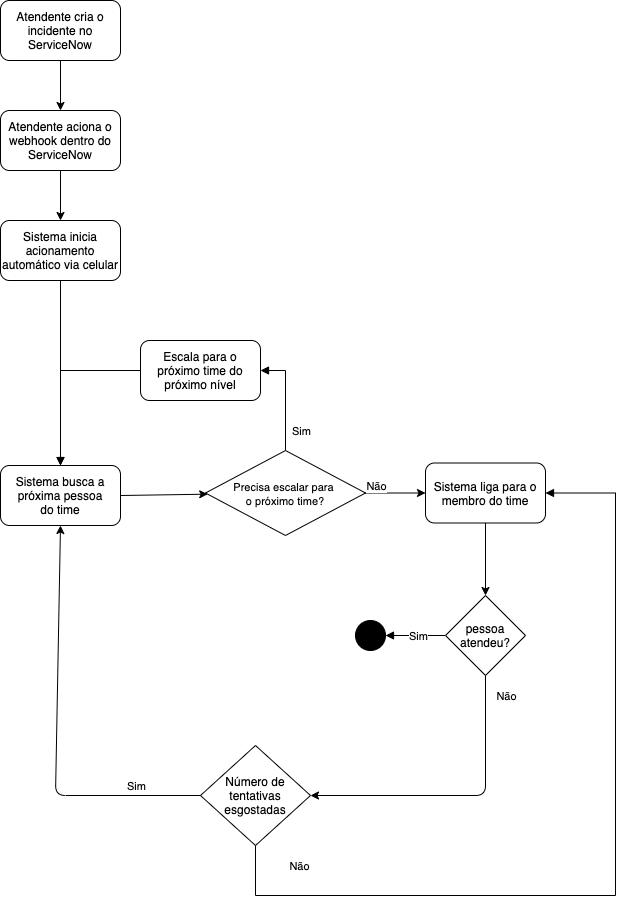
This is docs/fluxo_acionamento.png from fsnader/escalation-system, a draw.io export, as it was before one commit. Source tidied: cells renumbered, new cells last; positions are measured from the earlier drawing's top-left corner, leaving out a move shared by most shapes. The source it was exported from:
```xml
<mxGraphModel>
  <root>
    <mxCell id="0" />
    <mxCell id="1" parent="0" />
    <mxCell id="2" value="Sistema inicia acionamento automático via celular" style="rounded=1;whiteSpace=wrap;html=1;" parent="1" vertex="1">
      <mxGeometry y="220" width="120" height="60" as="geometry" />
    </mxCell>
    <mxCell id="3" style="edgeStyle=orthogonalEdgeStyle;rounded=0;jettySize=auto;html=1;entryX=0.5;entryY=0;entryDx=0;entryDy=0;" parent="1" edge="1" source="4" target="2">
      <mxGeometry relative="1" as="geometry" />
    </mxCell>
    <mxCell id="4" value="Atendente aciona o webhook dentro do ServiceNow" style="rounded=1;whiteSpace=wrap;html=1;" parent="1" vertex="1">
      <mxGeometry y="110" width="120" height="60" as="geometry" />
    </mxCell>
    <mxCell id="5" style="endArrow=classic;html=1;exitX=0.5;exitY=1;exitDx=0;exitDy=0;" parent="1" edge="1" source="2">
      <mxGeometry relative="1" as="geometry">
        <mxPoint x="60" y="465" as="targetPoint" />
      </mxGeometry>
    </mxCell>
    <mxCell id="6" value="Sistema busca a próxima pessoa&lt;br&gt;do time" style="rounded=1;whiteSpace=wrap;html=1;" parent="1" vertex="1">
      <mxGeometry y="465" width="120" height="60" as="geometry" />
    </mxCell>
    <mxCell id="7" style="endArrow=classic;html=1;exitX=1;exitY=0.5;exitDx=0;exitDy=0;" parent="1" edge="1" source="26" target="9">
      <mxGeometry relative="1" as="geometry" />
    </mxCell>
    <mxCell id="8" value="Não" style="edgeLabel;html=1;align=center;verticalAlign=middle;" parent="7" vertex="1">
      <mxGeometry y="-2" relative="1" as="geometry">
        <mxPoint x="-20" y="-9.5" as="offset" />
      </mxGeometry>
    </mxCell>
    <mxCell id="9" value="Sistema liga para o membro do time" style="rounded=1;whiteSpace=wrap;html=1;" parent="1" vertex="1">
      <mxGeometry x="425" y="462.5" width="120" height="60" as="geometry" />
    </mxCell>
    <mxCell id="10" style="edgeStyle=orthogonalEdgeStyle;rounded=0;jettySize=auto;html=1;entryX=1;entryY=0.5;entryDx=0;entryDy=0;endArrow=block;endFill=1;" parent="1" edge="1" source="12" target="14">
      <mxGeometry relative="1" as="geometry" />
    </mxCell>
    <mxCell id="11" value="Sim" style="edgeLabel;html=1;align=center;verticalAlign=middle;" parent="10" vertex="1">
      <mxGeometry x="-0.07" relative="1" as="geometry" />
    </mxCell>
    <mxCell id="12" value="pessoa atendeu?" style="rhombus;whiteSpace=wrap;html=1;" parent="1" vertex="1">
      <mxGeometry x="445" y="595" width="80" height="80" as="geometry" />
    </mxCell>
    <mxCell id="13" style="endArrow=classic;html=1;exitX=0.5;exitY=1;exitDx=0;exitDy=0;entryX=0.5;entryY=0;entryDx=0;entryDy=0;" parent="1" edge="1" source="9" target="12">
      <mxGeometry relative="1" as="geometry" />
    </mxCell>
    <mxCell id="14" style="ellipse;whiteSpace=wrap;html=1;fillColor=#000000;" parent="1" vertex="1">
      <mxGeometry x="355" y="620" width="30" height="30" as="geometry" />
    </mxCell>
    <mxCell id="15" value="Atendente cria o incidente no ServiceNow" style="rounded=1;whiteSpace=wrap;html=1;fillColor=#FFFFFF;" parent="1" vertex="1">
      <mxGeometry width="120" height="60" as="geometry" />
    </mxCell>
    <mxCell id="16" style="endArrow=classic;html=1;entryX=0.5;entryY=0;entryDx=0;entryDy=0;" parent="1" edge="1" source="15" target="4">
      <mxGeometry relative="1" as="geometry" />
    </mxCell>
    <mxCell id="17" style="endArrow=classic;html=1;exitX=0.5;exitY=1;exitDx=0;exitDy=0;" parent="1" edge="1" source="12" target="21">
      <mxGeometry relative="1" as="geometry">
        <Array as="points">
          <mxPoint x="485" y="795" />
        </Array>
      </mxGeometry>
    </mxCell>
    <mxCell id="18" value="Não" style="edgeLabel;html=1;align=center;verticalAlign=middle;" parent="17" vertex="1">
      <mxGeometry x="-0.03" y="2" relative="1" as="geometry">
        <mxPoint x="44" y="-102" as="offset" />
      </mxGeometry>
    </mxCell>
    <mxCell id="19" style="edgeStyle=orthogonalEdgeStyle;rounded=0;jettySize=auto;html=1;entryX=1;entryY=0.5;entryDx=0;entryDy=0;endArrow=block;endFill=1;" parent="1" edge="1" source="21" target="9">
      <mxGeometry relative="1" as="geometry">
        <Array as="points">
          <mxPoint x="255" y="895" />
          <mxPoint x="615" y="895" />
          <mxPoint x="615" y="493" />
        </Array>
      </mxGeometry>
    </mxCell>
    <mxCell id="20" value="Não" style="edgeLabel;html=1;align=center;verticalAlign=middle;" parent="19" vertex="1">
      <mxGeometry x="-0.54" y="1" relative="1" as="geometry">
        <mxPoint x="-110" y="-29" as="offset" />
      </mxGeometry>
    </mxCell>
    <mxCell id="21" value="Número de tentativas esgostadas" style="rhombus;whiteSpace=wrap;html=1;" parent="1" vertex="1">
      <mxGeometry x="200" y="745" width="110" height="100" as="geometry" />
    </mxCell>
    <mxCell id="22" style="endArrow=classic;html=1;exitX=0;exitY=0.5;exitDx=0;exitDy=0;entryX=0.5;entryY=1;entryDx=0;entryDy=0;" parent="1" edge="1" source="21" target="6">
      <mxGeometry relative="1" as="geometry">
        <Array as="points">
          <mxPoint x="55" y="795" />
        </Array>
      </mxGeometry>
    </mxCell>
    <mxCell id="23" value="Sim" style="edgeLabel;html=1;align=center;verticalAlign=middle;" parent="22" vertex="1">
      <mxGeometry x="-0.62" y="1" relative="1" as="geometry">
        <mxPoint x="14" y="-11" as="offset" />
      </mxGeometry>
    </mxCell>
    <mxCell id="24" style="edgeStyle=orthogonalEdgeStyle;rounded=0;jettySize=auto;html=1;exitX=0.5;exitY=0;exitDx=0;exitDy=0;entryX=1;entryY=0.5;entryDx=0;entryDy=0;endArrow=block;endFill=1;" parent="1" edge="1" source="26" target="29">
      <mxGeometry relative="1" as="geometry" />
    </mxCell>
    <mxCell id="25" value="Sim" style="edgeLabel;html=1;align=center;verticalAlign=middle;" parent="24" vertex="1">
      <mxGeometry x="-0.23" y="-2" relative="1" as="geometry">
        <mxPoint x="13" y="20" as="offset" />
      </mxGeometry>
    </mxCell>
    <mxCell id="26" value="&lt;font style=&quot;font-size: 11px&quot;&gt;Precisa escalar para &lt;br&gt;o próximo time?&lt;/font&gt;" style="rhombus;whiteSpace=wrap;html=1;fillColor=#FFFFFF;" parent="1" vertex="1">
      <mxGeometry x="205" y="450" width="160" height="85" as="geometry" />
    </mxCell>
    <mxCell id="27" style="endArrow=classic;html=1;exitX=1;exitY=0.5;exitDx=0;exitDy=0;" parent="1" edge="1" source="6" target="26">
      <mxGeometry relative="1" as="geometry" />
    </mxCell>
    <mxCell id="28" style="edgeStyle=orthogonalEdgeStyle;rounded=0;jettySize=auto;html=1;entryX=0.5;entryY=0;entryDx=0;entryDy=0;endArrow=block;endFill=1;" parent="1" edge="1" source="29" target="6">
      <mxGeometry relative="1" as="geometry" />
    </mxCell>
    <mxCell id="29" value="Escala para o próximo time do próximo nível" style="rounded=1;whiteSpace=wrap;html=1;fillColor=#FFFFFF;" parent="1" vertex="1">
      <mxGeometry x="140" y="340" width="120" height="60" as="geometry" />
    </mxCell>
  </root>
</mxGraphModel>
```
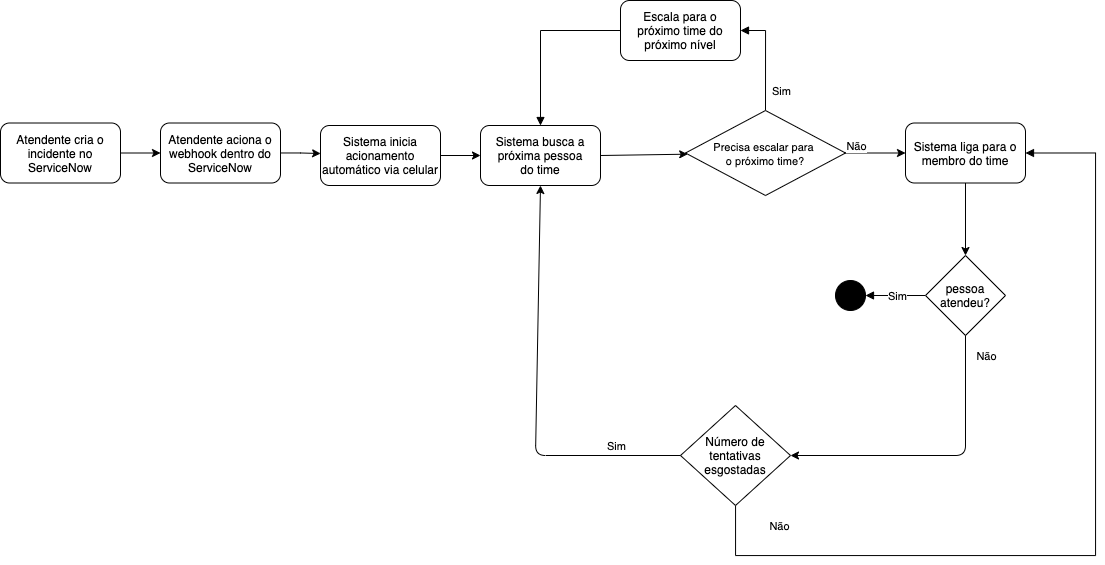
Later version of the same file.

What changed in the source:
```diff
@@ -2,20 +2,18 @@
   <root>
     <mxCell id="0" />
     <mxCell id="1" parent="0" />
+    <mxCell id="30" style="edgeStyle=orthogonalEdgeStyle;rounded=0;jettySize=auto;html=1;entryX=0;entryY=0.5;entryDx=0;entryDy=0;" parent="1" edge="1" source="2" target="6">
+      <mxGeometry relative="1" as="geometry" />
+    </mxCell>
     <mxCell id="2" value="Sistema inicia acionamento automático via celular" style="rounded=1;whiteSpace=wrap;html=1;" parent="1" vertex="1">
-      <mxGeometry y="220" width="120" height="60" as="geometry" />
+      <mxGeometry x="-160" y="465" width="120" height="60" as="geometry" />
     </mxCell>
-    <mxCell id="3" style="edgeStyle=orthogonalEdgeStyle;rounded=0;jettySize=auto;html=1;entryX=0.5;entryY=0;entryDx=0;entryDy=0;" parent="1" edge="1" source="4" target="2">
+    <mxCell id="3" style="edgeStyle=orthogonalEdgeStyle;rounded=0;jettySize=auto;html=1;entryX=0.001;entryY=0.467;entryDx=0;entryDy=0;entryPerimeter=0;" parent="1" edge="1" source="4" target="2">
       <mxGeometry relative="1" as="geometry" />
     </mxCell>
     <mxCell id="4" value="Atendente aciona o webhook dentro do ServiceNow" style="rounded=1;whiteSpace=wrap;html=1;" parent="1" vertex="1">
-      <mxGeometry y="110" width="120" height="60" as="geometry" />
+      <mxGeometry x="-320" y="462.5" width="120" height="60" as="geometry" />
     </mxCell>
-    <mxCell id="5" style="endArrow=classic;html=1;exitX=0.5;exitY=1;exitDx=0;exitDy=0;" parent="1" edge="1" source="2">
-      <mxGeometry relative="1" as="geometry">
-        <mxPoint x="60" y="465" as="targetPoint" />
-      </mxGeometry>
-    </mxCell>
     <mxCell id="6" value="Sistema busca a próxima pessoa&lt;br&gt;do time" style="rounded=1;whiteSpace=wrap;html=1;" parent="1" vertex="1">
       <mxGeometry y="465" width="120" height="60" as="geometry" />
     </mxCell>
@@ -45,12 +43,12 @@
     <mxCell id="14" style="ellipse;whiteSpace=wrap;html=1;fillColor=#000000;" parent="1" vertex="1">
       <mxGeometry x="355" y="620" width="30" height="30" as="geometry" />
     </mxCell>
+    <mxCell id="16" style="edgeStyle=orthogonalEdgeStyle;rounded=0;jettySize=auto;html=1;entryX=0;entryY=0.5;entryDx=0;entryDy=0;" parent="1" edge="1" source="15" target="4">
+      <mxGeometry relative="1" as="geometry" />
+    </mxCell>
     <mxCell id="15" value="Atendente cria o incidente no ServiceNow" style="rounded=1;whiteSpace=wrap;html=1;fillColor=#FFFFFF;" parent="1" vertex="1">
-      <mxGeometry width="120" height="60" as="geometry" />
+      <mxGeometry x="-480" y="462.5" width="120" height="60" as="geometry" />
     </mxCell>
-    <mxCell id="16" style="endArrow=classic;html=1;entryX=0.5;entryY=0;entryDx=0;entryDy=0;" parent="1" edge="1" source="15" target="4">
-      <mxGeometry relative="1" as="geometry" />
-    </mxCell>
     <mxCell id="17" style="endArrow=classic;html=1;exitX=0.5;exitY=1;exitDx=0;exitDy=0;" parent="1" edge="1" source="12" target="21">
       <mxGeometry relative="1" as="geometry">
         <Array as="points">
```
